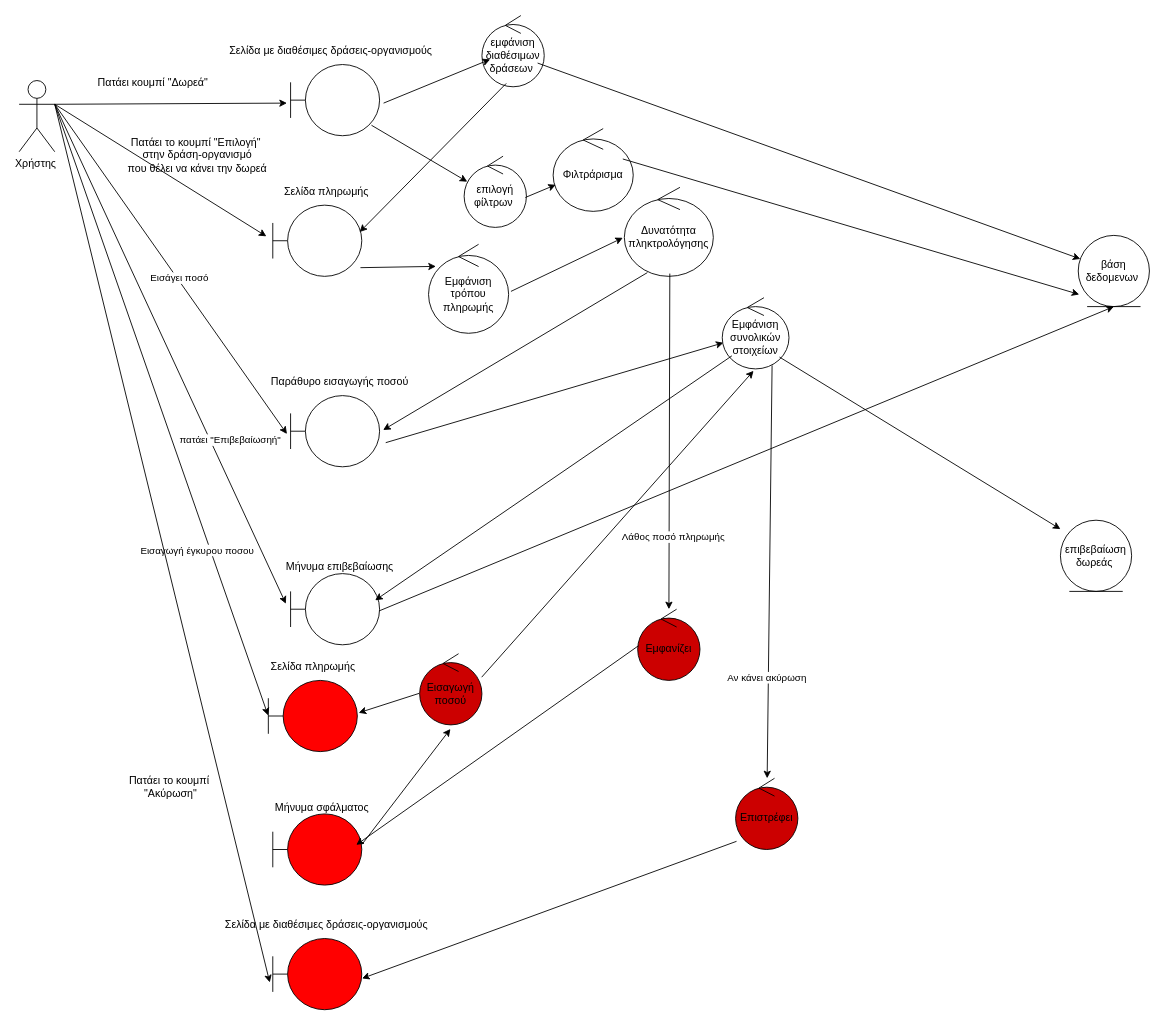
pelina2003/SafeScan keeps this draw.io diagram as Robustness/dorea.drawio. Above is the earlier version. Source tidied: cells renumbered, new cells numbered last; positions are measured from the earlier drawing's top-left corner, leaving out a move shared by most shapes. Both pictures are drawn from the tidied source at 89%, with x=0, y=0 at pixel (19, 15).
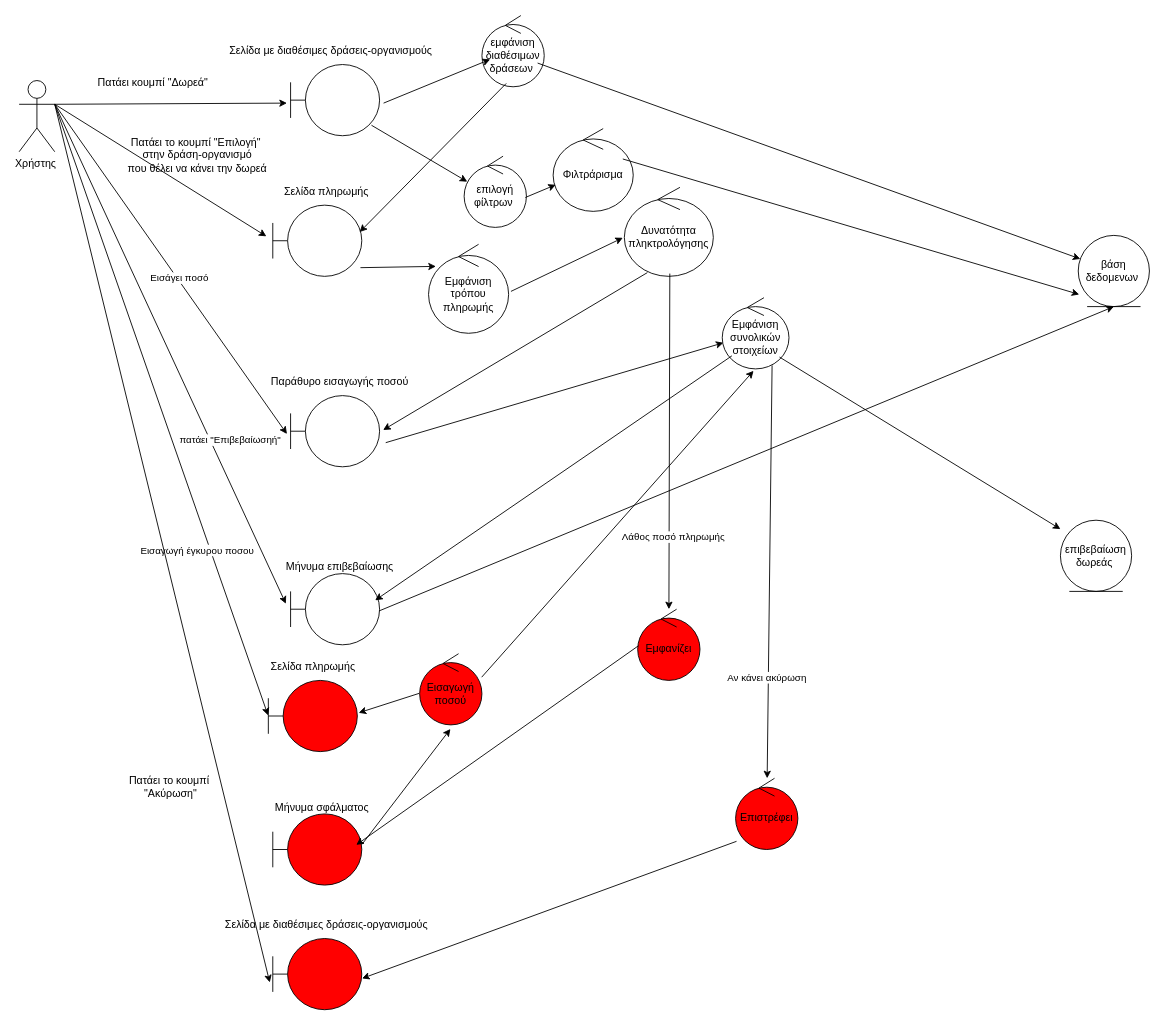
Above is the later version.

Commit message (it also covers changes not shown here):
ανανεωμενο robustness donation - sequence weather

Diff of the diagram source:
```diff
@@
-    <mxCell id="46" value="Εμφανίζει" style="ellipse;shape=umlControl;whiteSpace=wrap;html=1;fillColor=#CC0000;" parent="1" vertex="1">
+    <mxCell id="46" value="Εμφανίζει" style="ellipse;shape=umlControl;whiteSpace=wrap;html=1;fillColor=#FF0000;" parent="1" vertex="1">
       <mxGeometry x="695" y="667" width="70" height="80" as="geometry" />
     </mxCell>
@@
-    <mxCell id="51" value="Εισαγωγή ποσού" style="ellipse;shape=umlControl;whiteSpace=wrap;html=1;fillColor=#CC0000;" parent="1" vertex="1">
+    <mxCell id="51" value="Εισαγωγή ποσού" style="ellipse;shape=umlControl;whiteSpace=wrap;html=1;fillColor=#FF0000;" parent="1" vertex="1">
       <mxGeometry x="450" y="717" width="70" height="80" as="geometry" />
     </mxCell>
@@
-    <mxCell id="59" value="Επιστρέφει" style="ellipse;shape=umlControl;whiteSpace=wrap;html=1;fillColor=#CC0000;" parent="1" vertex="1">
+    <mxCell id="59" value="Επιστρέφει" style="ellipse;shape=umlControl;whiteSpace=wrap;html=1;fillColor=#FF0000;" parent="1" vertex="1">
       <mxGeometry x="805" y="857" width="70" height="80" as="geometry" />
     </mxCell>
```
